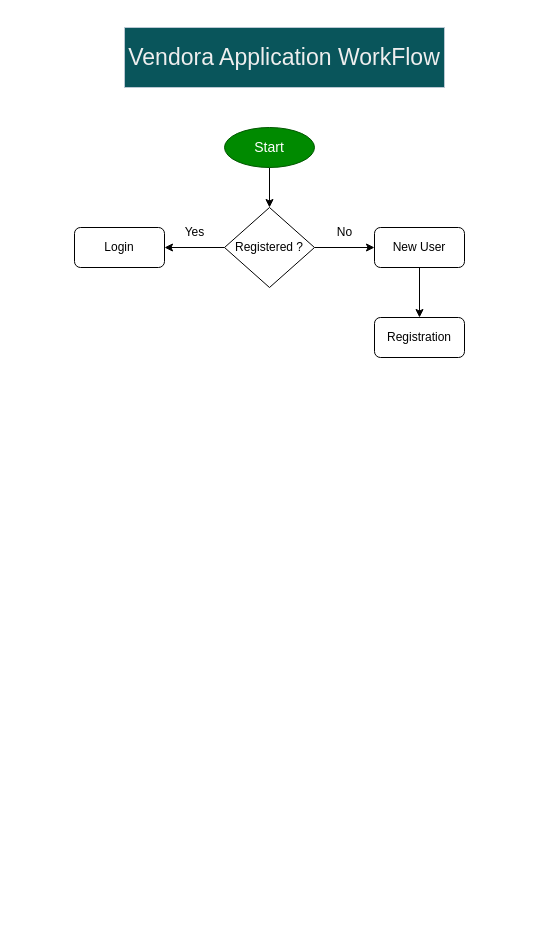
This is Untitled Diagram.drawio from shivamshinde6164/Vendora, a draw.io file, before an edit. Source tidied: cells renumbered, new cells numbered last; positions are measured from the earlier drawing's top-left corner, leaving out a move shared by most shapes. Both pictures are drawn from the tidied source at 100%, with x=0, y=0 at pixel (74, 27).
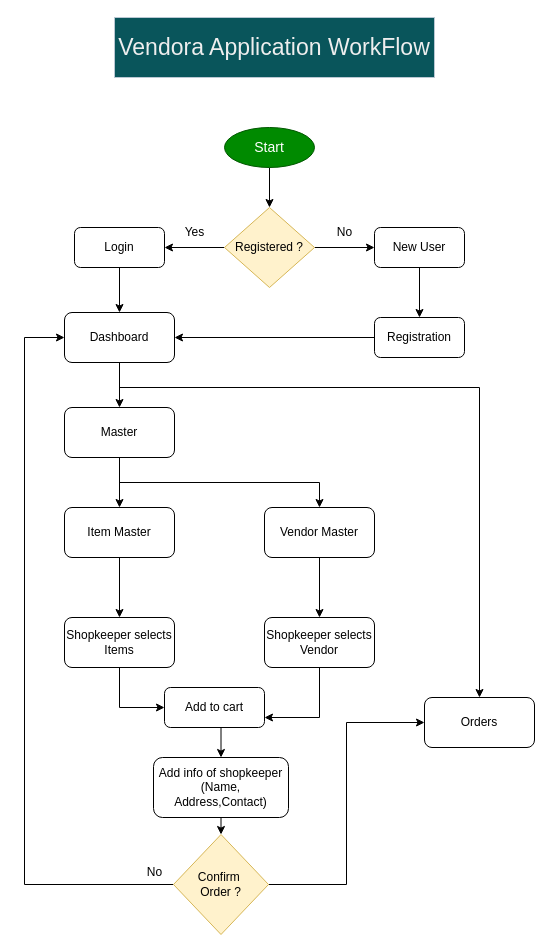
The same diagram, later.

The change refers to these unchanged cells:
```xml
<mxCell id="8" value="Login" style="rounded=1;whiteSpace=wrap;html=1;" parent="1" vertex="1">
  <mxGeometry y="200" width="90" height="40" as="geometry" />
</mxCell>
<mxCell id="13" value="Registration" style="rounded=1;whiteSpace=wrap;html=1;" parent="1" vertex="1">
  <mxGeometry x="300" y="290" width="90" height="40" as="geometry" />
</mxCell>
```

Change to the diagram source:
```diff
@@
     <mxCell id="2" value="&lt;font style=&quot;font-size: 23px;&quot;&gt;Vendora Application WorkFlow&lt;/font&gt;" style="rounded=0;whiteSpace=wrap;html=1;labelBackgroundColor=none;fillColor=#09555B;strokeColor=#BAC8D3;fontColor=#EEEEEE;" parent="1" vertex="1">
-      <mxGeometry x="50" width="320" height="60" as="geometry" />
+      <mxGeometry x="40" y="-10" width="320" height="60" as="geometry" />
     </mxCell>
@@
-    <mxCell id="7" value="Registered ?" style="rhombus;whiteSpace=wrap;html=1;" parent="1" vertex="1">
+    <mxCell id="7" value="Registered ?" style="rhombus;whiteSpace=wrap;html=1;fillColor=#fff2cc;strokeColor=#d6b656;" parent="1" vertex="1">
       <mxGeometry x="150" y="180" width="90" height="80" as="geometry" />
     </mxCell>
+    <mxCell id="14" style="edgeStyle=orthogonalEdgeStyle;rounded=0;jettySize=auto;html=1;exitX=0.5;exitY=1;exitDx=0;exitDy=0;entryX=0.5;entryY=0;entryDx=0;entryDy=0;" parent="1" edge="1" source="8" target="18">
+      <mxGeometry relative="1" as="geometry" />
+    </mxCell>
@@
+    <mxCell id="15" style="edgeStyle=orthogonalEdgeStyle;rounded=0;jettySize=auto;html=1;entryX=1;entryY=0.5;entryDx=0;entryDy=0;" parent="1" edge="1" source="13" target="18">
+      <mxGeometry relative="1" as="geometry" />
+    </mxCell>
@@
+    <mxCell id="16" style="edgeStyle=orthogonalEdgeStyle;rounded=0;jettySize=auto;html=1;exitX=0.5;exitY=1;exitDx=0;exitDy=0;entryX=0.5;entryY=0;entryDx=0;entryDy=0;" parent="1" edge="1" source="18" target="29">
+      <mxGeometry relative="1" as="geometry" />
+    </mxCell>
+    <mxCell id="17" style="edgeStyle=orthogonalEdgeStyle;rounded=0;jettySize=auto;html=1;exitX=0.5;exitY=1;exitDx=0;exitDy=0;entryX=0.5;entryY=0;entryDx=0;entryDy=0;" parent="1" edge="1" source="18" target="38">
+      <mxGeometry relative="1" as="geometry">
+        <Array as="points">
+          <mxPoint x="45" y="360" />
+          <mxPoint x="405" y="360" />
+        </Array>
+      </mxGeometry>
+    </mxCell>
+    <mxCell id="18" value="Dashboard" style="rounded=1;whiteSpace=wrap;html=1;" parent="1" vertex="1">
+      <mxGeometry x="-10" y="285" width="110" height="50" as="geometry" />
+    </mxCell>
+    <mxCell id="19" style="edgeStyle=orthogonalEdgeStyle;rounded=0;jettySize=auto;html=1;exitX=0.5;exitY=1;exitDx=0;exitDy=0;entryX=0.5;entryY=0;entryDx=0;entryDy=0;" parent="1" edge="1" source="20" target="24">
+      <mxGeometry relative="1" as="geometry" />
+    </mxCell>
+    <mxCell id="20" value="Item Master" style="rounded=1;whiteSpace=wrap;html=1;" parent="1" vertex="1">
+      <mxGeometry x="-10" y="480" width="110" height="50" as="geometry" />
+    </mxCell>
+    <mxCell id="21" style="edgeStyle=orthogonalEdgeStyle;rounded=0;jettySize=auto;html=1;exitX=0.5;exitY=1;exitDx=0;exitDy=0;entryX=0.5;entryY=0;entryDx=0;entryDy=0;" parent="1" edge="1" source="22" target="26">
+      <mxGeometry relative="1" as="geometry" />
+    </mxCell>
+    <mxCell id="22" value="Vendor Master" style="rounded=1;whiteSpace=wrap;html=1;" parent="1" vertex="1">
+      <mxGeometry x="190" y="480" width="110" height="50" as="geometry" />
+    </mxCell>
+    <mxCell id="23" style="edgeStyle=orthogonalEdgeStyle;rounded=0;jettySize=auto;html=1;exitX=0.5;exitY=1;exitDx=0;exitDy=0;entryX=0;entryY=0.5;entryDx=0;entryDy=0;" parent="1" edge="1" source="24" target="34">
+      <mxGeometry relative="1" as="geometry" />
+    </mxCell>
+    <mxCell id="24" value="Shopkeeper selects Items" style="rounded=1;whiteSpace=wrap;html=1;" parent="1" vertex="1">
+      <mxGeometry x="-10" y="590" width="110" height="50" as="geometry" />
+    </mxCell>
+    <mxCell id="25" style="edgeStyle=orthogonalEdgeStyle;rounded=0;jettySize=auto;html=1;exitX=0.5;exitY=1;exitDx=0;exitDy=0;entryX=1;entryY=0.75;entryDx=0;entryDy=0;" parent="1" edge="1" source="26" target="34">
+      <mxGeometry relative="1" as="geometry" />
+    </mxCell>
+    <mxCell id="26" value="Shopkeeper selects Vendor" style="rounded=1;whiteSpace=wrap;html=1;" parent="1" vertex="1">
+      <mxGeometry x="190" y="590" width="110" height="50" as="geometry" />
+    </mxCell>
+    <mxCell id="27" style="edgeStyle=orthogonalEdgeStyle;rounded=0;jettySize=auto;html=1;exitX=0.5;exitY=1;exitDx=0;exitDy=0;entryX=0.5;entryY=0;entryDx=0;entryDy=0;" parent="1" edge="1" source="29" target="20">
+      <mxGeometry relative="1" as="geometry" />
+    </mxCell>
+    <mxCell id="28" style="edgeStyle=orthogonalEdgeStyle;rounded=0;jettySize=auto;html=1;exitX=0.5;exitY=1;exitDx=0;exitDy=0;entryX=0.5;entryY=0;entryDx=0;entryDy=0;" parent="1" edge="1" source="29" target="22">
+      <mxGeometry relative="1" as="geometry" />
+    </mxCell>
+    <mxCell id="29" value="Master" style="rounded=1;whiteSpace=wrap;html=1;" parent="1" vertex="1">
+      <mxGeometry x="-10" y="380" width="110" height="50" as="geometry" />
+    </mxCell>
+    <mxCell id="30" style="edgeStyle=orthogonalEdgeStyle;rounded=0;jettySize=auto;html=1;exitX=0;exitY=0.5;exitDx=0;exitDy=0;entryX=0;entryY=0.5;entryDx=0;entryDy=0;" parent="1" edge="1" source="32" target="18">
+      <mxGeometry relative="1" as="geometry">
+        <Array as="points">
+          <mxPoint x="-50" y="857" />
+          <mxPoint x="-50" y="310" />
+        </Array>
+      </mxGeometry>
+    </mxCell>
+    <mxCell id="31" style="edgeStyle=orthogonalEdgeStyle;rounded=0;jettySize=auto;html=1;exitX=1;exitY=0.5;exitDx=0;exitDy=0;entryX=0;entryY=0.5;entryDx=0;entryDy=0;" parent="1" edge="1" source="32" target="38">
+      <mxGeometry relative="1" as="geometry" />
+    </mxCell>
+    <mxCell id="32" value="Confirm&amp;nbsp;&lt;br&gt;Order ?" style="rhombus;whiteSpace=wrap;html=1;fillColor=#fff2cc;strokeColor=#d6b656;" parent="1" vertex="1">
+      <mxGeometry x="99" y="807" width="95" height="100" as="geometry" />
+    </mxCell>
+    <mxCell id="33" style="edgeStyle=orthogonalEdgeStyle;rounded=0;jettySize=auto;html=1;exitX=0.5;exitY=1;exitDx=0;exitDy=0;entryX=0.5;entryY=0;entryDx=0;entryDy=0;" parent="1" edge="1" source="34" target="37">
+      <mxGeometry relative="1" as="geometry" />
+    </mxCell>
+    <mxCell id="34" value="Add to cart" style="rounded=1;whiteSpace=wrap;html=1;" parent="1" vertex="1">
+      <mxGeometry x="90" y="660" width="100" height="40" as="geometry" />
+    </mxCell>
+    <mxCell id="35" value="No" style="text;html=1;align=center;verticalAlign=middle;strokeColor=none;fillColor=none;" parent="1" vertex="1">
+      <mxGeometry x="60" y="830" width="40" height="30" as="geometry" />
+    </mxCell>
+    <mxCell id="36" style="edgeStyle=orthogonalEdgeStyle;rounded=0;jettySize=auto;html=1;exitX=0.5;exitY=1;exitDx=0;exitDy=0;entryX=0.5;entryY=0;entryDx=0;entryDy=0;" parent="1" edge="1" source="37" target="32">
+      <mxGeometry relative="1" as="geometry" />
+    </mxCell>
+    <mxCell id="37" value="Add info of shopkeeper&lt;br&gt;(Name, Address,Contact)" style="rounded=1;whiteSpace=wrap;html=1;" parent="1" vertex="1">
+      <mxGeometry x="79" y="730" width="135" height="60" as="geometry" />
+    </mxCell>
+    <mxCell id="38" value="Orders" style="rounded=1;whiteSpace=wrap;html=1;" parent="1" vertex="1">
+      <mxGeometry x="350" y="670" width="110" height="50" as="geometry" />
+    </mxCell>
```
